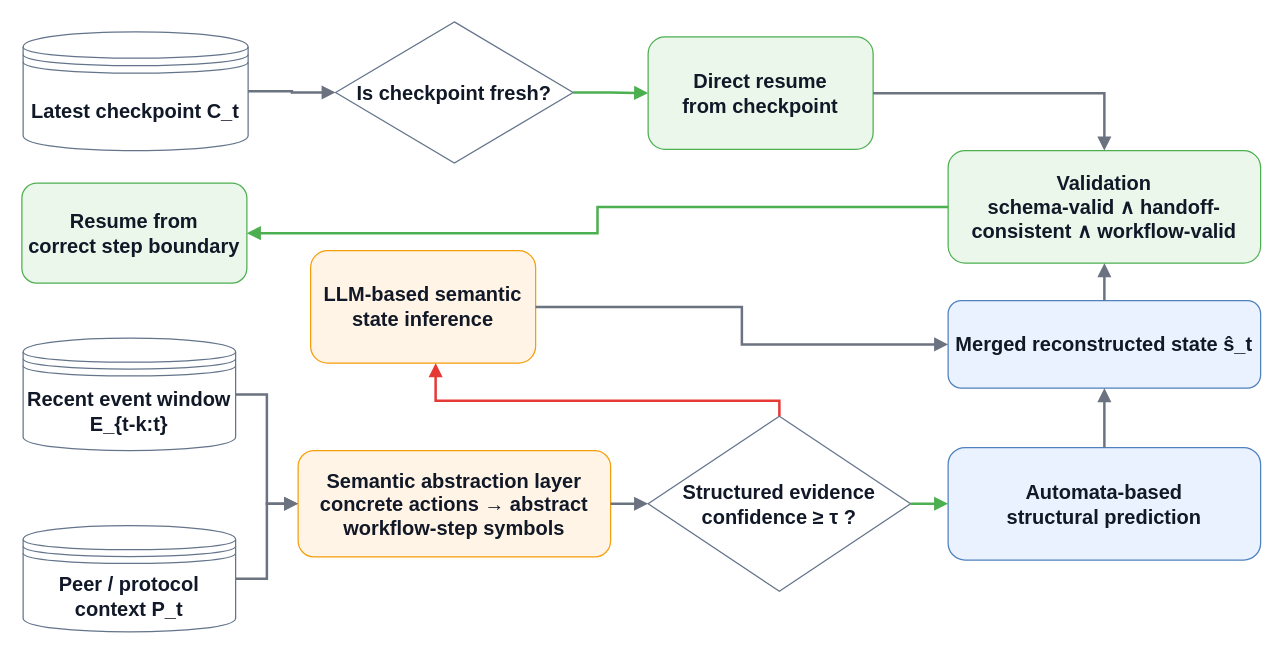
This is page "2_Hybrid_Pipeline_Flowchart" (2 of 5) of New Untitled Diagram.drawio from raselmahmud-coder/first-template, a draw.io file, before an edit. Source tidied: cells renumbered, new cells numbered last; positions are measured from the earlier drawing's top-left corner, leaving out a move shared by most shapes. Both pictures are drawn from the tidied source at 125%, with x=0, y=0 at pixel (21, 21).
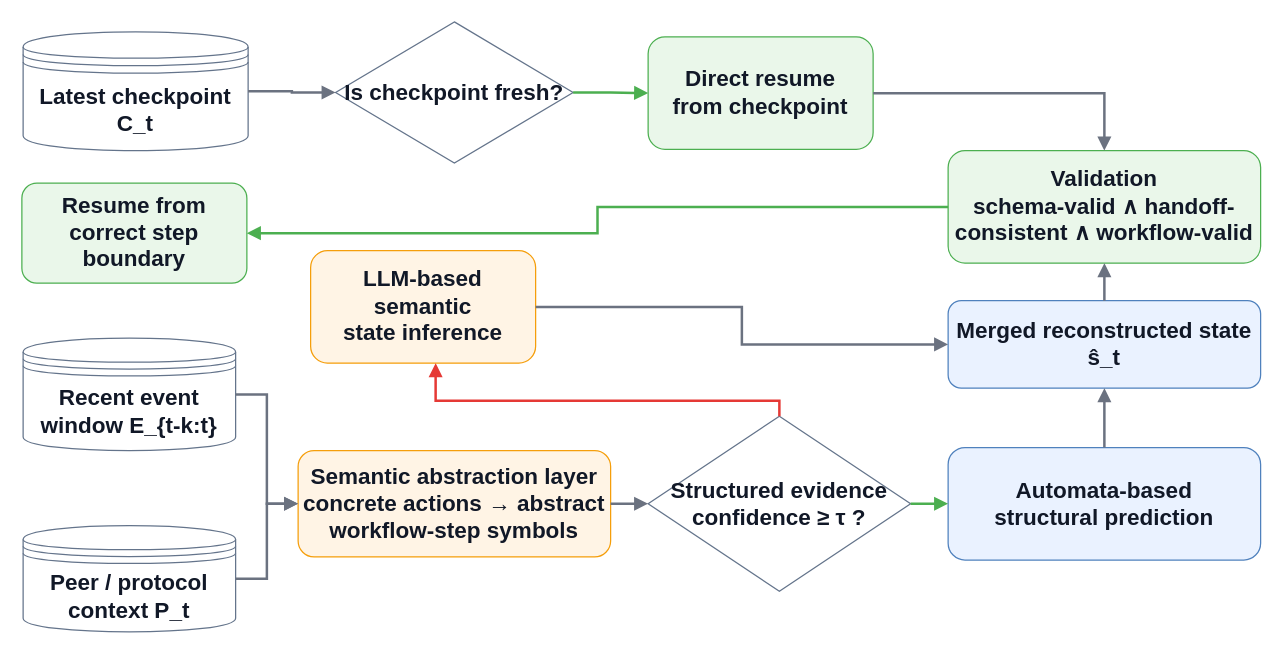
Above is the later version.

Diff of the diagram source:
```diff
@@
-    <mxCell id="2" value="&lt;b&gt;&lt;font style=&quot;font-size: 16px;&quot;&gt;Latest checkpoint C_t&lt;/font&gt;&lt;/b&gt;" style="shape=datastore;whiteSpace=wrap;html=1;fillColor=#FFFFFF;strokeColor=#64748B;fontSize=12;fontColor=#111827;" parent="1" vertex="1">
+    <mxCell id="2" value="&lt;b&gt;&lt;font style=&quot;font-size: 18px;&quot;&gt;Latest checkpoint C_t&lt;/font&gt;&lt;/b&gt;" style="shape=datastore;whiteSpace=wrap;html=1;fillColor=#FFFFFF;strokeColor=#64748B;fontSize=12;fontColor=#111827;" parent="1" vertex="1">
       <mxGeometry x="1" y="8" width="180" height="95" as="geometry" />
     </mxCell>
-    <mxCell id="3" value="&lt;font style=&quot;font-size: 16px;&quot;&gt;&lt;b style=&quot;&quot;&gt;Recent event window E_{t-k:t}&lt;/b&gt;&lt;/font&gt;" style="shape=datastore;whiteSpace=wrap;html=1;fillColor=#FFFFFF;strokeColor=#64748B;fontSize=12;fontColor=#111827;" parent="1" vertex="1">
+    <mxCell id="3" value="&lt;font style=&quot;font-size: 18px;&quot;&gt;&lt;b style=&quot;&quot;&gt;Recent event window E_{t-k:t}&lt;/b&gt;&lt;/font&gt;" style="shape=datastore;whiteSpace=wrap;html=1;fillColor=#FFFFFF;strokeColor=#64748B;fontSize=12;fontColor=#111827;" parent="1" vertex="1">
       <mxGeometry x="1" y="253" width="170" height="90" as="geometry" />
     </mxCell>
-    <mxCell id="4" value="&lt;font style=&quot;font-size: 16px;&quot;&gt;&lt;b style=&quot;&quot;&gt;Peer / protocol context P_t&lt;/b&gt;&lt;/font&gt;" style="shape=datastore;whiteSpace=wrap;html=1;fillColor=#FFFFFF;strokeColor=#64748B;fontSize=12;fontColor=#111827;" parent="1" vertex="1">
+    <mxCell id="4" value="&lt;font style=&quot;font-size: 18px;&quot;&gt;&lt;b style=&quot;&quot;&gt;Peer / protocol context P_t&lt;/b&gt;&lt;/font&gt;" style="shape=datastore;whiteSpace=wrap;html=1;fillColor=#FFFFFF;strokeColor=#64748B;fontSize=12;fontColor=#111827;" parent="1" vertex="1">
       <mxGeometry x="1" y="403" width="170" height="85" as="geometry" />
     </mxCell>
-    <mxCell id="5" value="&lt;b&gt;&lt;font style=&quot;font-size: 16px;&quot;&gt;Is checkpoint fresh?&lt;/font&gt;&lt;/b&gt;" style="rhombus;whiteSpace=wrap;html=1;fillColor=#FFFFFF;strokeColor=#64748B;fontSize=12;fontColor=#111827;" parent="1" vertex="1">
+    <mxCell id="5" value="&lt;b&gt;&lt;font style=&quot;font-size: 18px;&quot;&gt;Is checkpoint fresh?&lt;/font&gt;&lt;/b&gt;" style="rhombus;whiteSpace=wrap;html=1;fillColor=#FFFFFF;strokeColor=#64748B;fontSize=12;fontColor=#111827;" parent="1" vertex="1">
       <mxGeometry x="251" width="190" height="113" as="geometry" />
     </mxCell>
-    <mxCell id="6" value="&lt;b&gt;&lt;font style=&quot;font-size: 16px;&quot;&gt;Direct resume&lt;br&gt;from checkpoint&lt;/font&gt;&lt;/b&gt;" style="rounded=1;whiteSpace=wrap;html=1;fillColor=#EAF7EA;strokeColor=#4CAF50;fontSize=13;fontColor=#111827;" parent="1" vertex="1">
+    <mxCell id="6" value="&lt;b&gt;&lt;font style=&quot;font-size: 18px;&quot;&gt;Direct resume&lt;br&gt;from checkpoint&lt;/font&gt;&lt;/b&gt;" style="rounded=1;whiteSpace=wrap;html=1;fillColor=#EAF7EA;strokeColor=#4CAF50;fontSize=13;fontColor=#111827;" parent="1" vertex="1">
       <mxGeometry x="501" y="12" width="180" height="90" as="geometry" />
     </mxCell>
-    <mxCell id="7" value="&lt;font style=&quot;font-size: 16px;&quot;&gt;&lt;b style=&quot;&quot;&gt;Semantic abstraction layer&lt;br&gt;concrete actions → abstract workflow-step symbols&lt;/b&gt;&lt;/font&gt;" style="rounded=1;whiteSpace=wrap;html=1;fillColor=#FFF4E5;strokeColor=#F59E0B;fontSize=13;fontColor=#111827;" parent="1" vertex="1">
+    <mxCell id="7" value="&lt;font style=&quot;font-size: 18px;&quot;&gt;&lt;b style=&quot;&quot;&gt;Semantic abstraction layer&lt;br&gt;concrete actions → abstract workflow-step symbols&lt;/b&gt;&lt;/font&gt;" style="rounded=1;whiteSpace=wrap;html=1;fillColor=#FFF4E5;strokeColor=#F59E0B;fontSize=13;fontColor=#111827;" parent="1" vertex="1">
       <mxGeometry x="221" y="343" width="250" height="85" as="geometry" />
     </mxCell>
-    <mxCell id="8" value="&lt;font style=&quot;font-size: 16px;&quot;&gt;&lt;b style=&quot;&quot;&gt;Structured evidence&lt;br&gt;confidence ≥ τ ?&lt;/b&gt;&lt;/font&gt;" style="rhombus;whiteSpace=wrap;html=1;fillColor=#FFFFFF;strokeColor=#64748B;fontSize=12;fontColor=#111827;" parent="1" vertex="1">
+    <mxCell id="8" value="&lt;font style=&quot;font-size: 18px;&quot;&gt;&lt;b style=&quot;&quot;&gt;Structured evidence&lt;br&gt;confidence ≥ τ ?&lt;/b&gt;&lt;/font&gt;" style="rhombus;whiteSpace=wrap;html=1;fillColor=#FFFFFF;strokeColor=#64748B;fontSize=12;fontColor=#111827;" parent="1" vertex="1">
       <mxGeometry x="501" y="315.5" width="210" height="140" as="geometry" />
     </mxCell>
-    <mxCell id="9" value="&lt;b&gt;&lt;font style=&quot;font-size: 16px;&quot;&gt;Automata-based&lt;br&gt;structural prediction&lt;/font&gt;&lt;/b&gt;" style="rounded=1;whiteSpace=wrap;html=1;fillColor=#EAF2FF;strokeColor=#4F81BD;fontSize=13;fontColor=#111827;" parent="1" vertex="1">
+    <mxCell id="9" value="&lt;b&gt;&lt;font style=&quot;font-size: 18px;&quot;&gt;Automata-based&lt;br&gt;structural prediction&lt;/font&gt;&lt;/b&gt;" style="rounded=1;whiteSpace=wrap;html=1;fillColor=#EAF2FF;strokeColor=#4F81BD;fontSize=13;fontColor=#111827;" parent="1" vertex="1">
       <mxGeometry x="741" y="340.5" width="250" height="90" as="geometry" />
     </mxCell>
-    <mxCell id="10" value="&lt;font style=&quot;font-size: 16px;&quot;&gt;&lt;b style=&quot;&quot;&gt;LLM-based semantic&lt;br&gt;state inference&lt;/b&gt;&lt;/font&gt;" style="rounded=1;whiteSpace=wrap;html=1;fillColor=#FFF4E5;strokeColor=#F59E0B;fontSize=13;fontColor=#111827;" parent="1" vertex="1">
+    <mxCell id="10" value="&lt;font style=&quot;font-size: 18px;&quot;&gt;&lt;b style=&quot;&quot;&gt;LLM-based semantic&lt;br&gt;state inference&lt;/b&gt;&lt;/font&gt;" style="rounded=1;whiteSpace=wrap;html=1;fillColor=#FFF4E5;strokeColor=#F59E0B;fontSize=13;fontColor=#111827;" parent="1" vertex="1">
       <mxGeometry x="231" y="183" width="180" height="90" as="geometry" />
     </mxCell>
-    <mxCell id="11" value="&lt;font style=&quot;font-size: 16px;&quot;&gt;&lt;b style=&quot;&quot;&gt;Merged reconstructed state  ŝ_t&lt;/b&gt;&lt;/font&gt;" style="rounded=1;whiteSpace=wrap;html=1;fillColor=#EAF2FF;strokeColor=#4F81BD;fontSize=13;fontColor=#111827;" parent="1" vertex="1">
+    <mxCell id="11" value="&lt;font style=&quot;font-size: 18px;&quot;&gt;&lt;b style=&quot;&quot;&gt;Merged reconstructed state  ŝ_t&lt;/b&gt;&lt;/font&gt;" style="rounded=1;whiteSpace=wrap;html=1;fillColor=#EAF2FF;strokeColor=#4F81BD;fontSize=13;fontColor=#111827;" parent="1" vertex="1">
       <mxGeometry x="741" y="223" width="250" height="70" as="geometry" />
     </mxCell>
-    <mxCell id="12" value="&lt;b&gt;&lt;font style=&quot;font-size: 16px;&quot;&gt;Validation&lt;br&gt;schema-valid ∧ handoff-consistent ∧ workflow-valid&lt;/font&gt;&lt;/b&gt;" style="rounded=1;whiteSpace=wrap;html=1;fillColor=#EAF7EA;strokeColor=#4CAF50;fontSize=13;fontColor=#111827;" parent="1" vertex="1">
+    <mxCell id="12" value="&lt;b&gt;&lt;font style=&quot;font-size: 18px;&quot;&gt;Validation&lt;br&gt;schema-valid ∧ handoff-consistent ∧ workflow-valid&lt;/font&gt;&lt;/b&gt;" style="rounded=1;whiteSpace=wrap;html=1;fillColor=#EAF7EA;strokeColor=#4CAF50;fontSize=13;fontColor=#111827;" parent="1" vertex="1">
       <mxGeometry x="741" y="103" width="250" height="90" as="geometry" />
     </mxCell>
-    <mxCell id="13" value="&lt;font style=&quot;font-size: 16px;&quot;&gt;&lt;b style=&quot;&quot;&gt;Resume from&lt;br&gt;correct step boundary&lt;/b&gt;&lt;/font&gt;" style="rounded=1;whiteSpace=wrap;html=1;fillColor=#EAF7EA;strokeColor=#4CAF50;fontSize=13;fontColor=#111827;" parent="1" vertex="1">
+    <mxCell id="13" value="&lt;font style=&quot;font-size: 18px;&quot;&gt;&lt;b style=&quot;&quot;&gt;Resume from&lt;br&gt;correct step boundary&lt;/b&gt;&lt;/font&gt;" style="rounded=1;whiteSpace=wrap;html=1;fillColor=#EAF7EA;strokeColor=#4CAF50;fontSize=13;fontColor=#111827;" parent="1" vertex="1">
       <mxGeometry y="129" width="180" height="80" as="geometry" />
     </mxCell>
```
